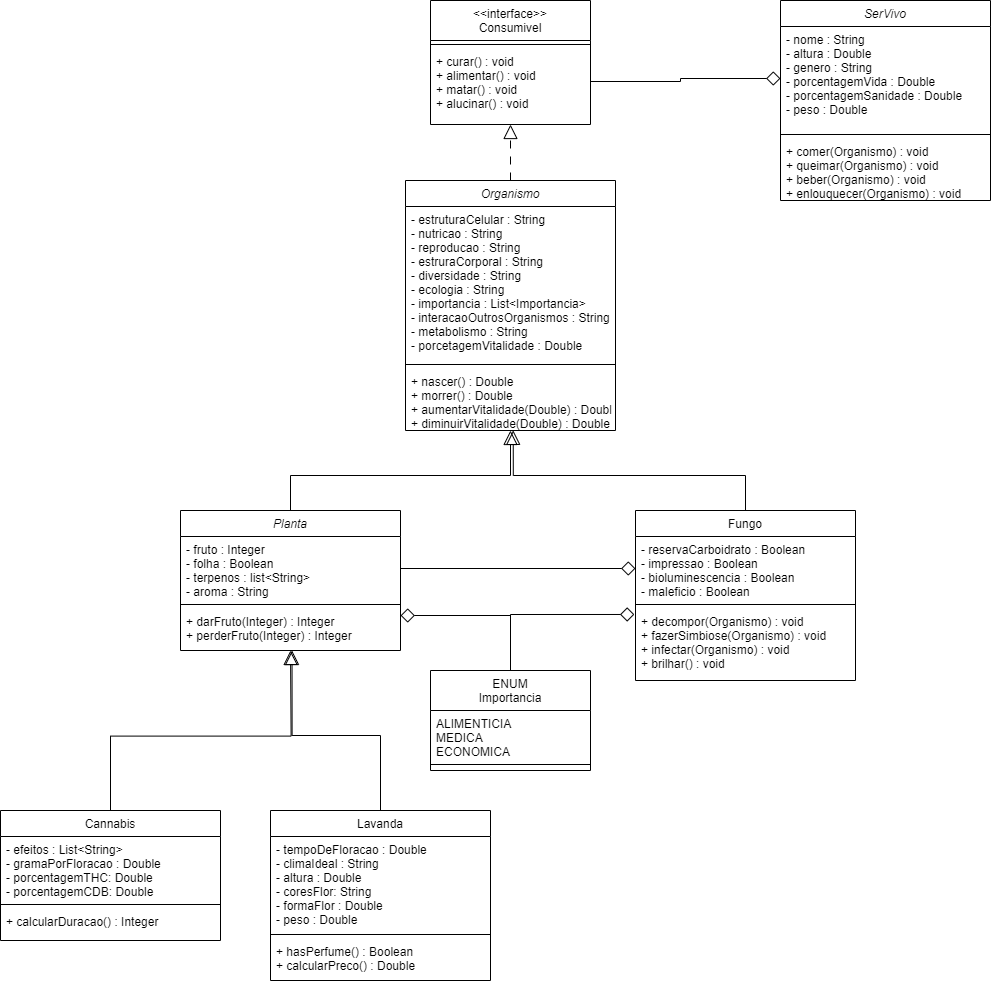
Sant-Thiago/Diagramas-de-Classes---LP keeps this draw.io diagram as Plantas.drawio.png. Above is the earlier version. Source tidied: cells renumbered, new cells last; positions are measured from the earlier drawing's top-left corner, leaving out a move shared by most shapes.
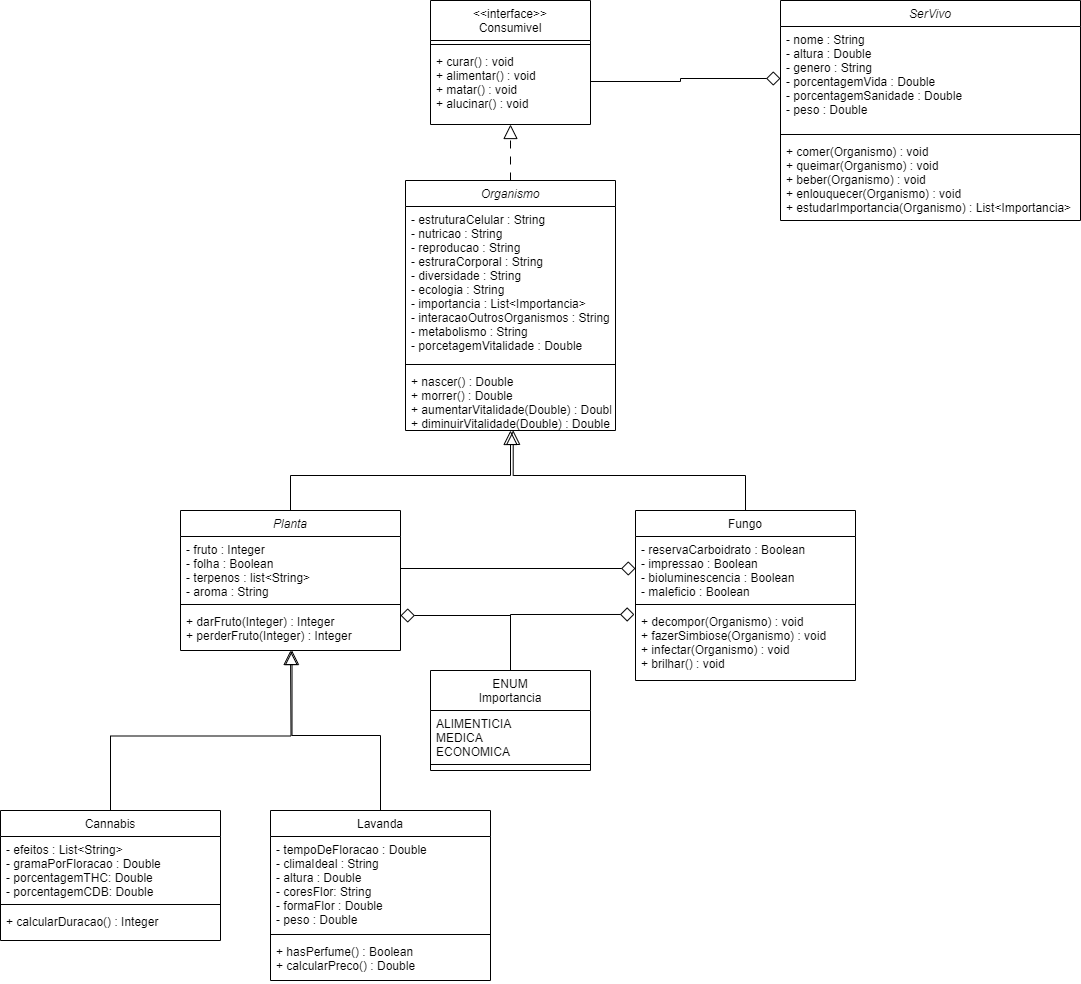
The same diagram one commit later.

Diff of the diagram source:
```diff
@@ -107,16 +107,16 @@
       <mxGeometry relative="1" as="geometry" />
     </mxCell>
     <mxCell id="36" value="SerVivo" style="swimlane;fontStyle=2;align=center;verticalAlign=top;horizontal=1;startSize=26;rounded=0;shadow=0;strokeWidth=1;" parent="1" vertex="1">
-      <mxGeometry x="780" width="210" height="200" as="geometry" />
+      <mxGeometry x="780" width="300" height="220" as="geometry" />
     </mxCell>
     <mxCell id="37" value="- nome : String&#10;- altura : Double&#10;- genero : String&#10;- porcentagemVida : Double&#10;- porcentagemSanidade : Double&#10;- peso : Double" style="text;align=left;verticalAlign=top;spacingLeft=4;spacingRight=4;overflow=hidden;points=[[0,0.5],[1,0.5]];portConstraint=eastwest;" parent="36" vertex="1">
-      <mxGeometry y="26" width="210" height="104" as="geometry" />
+      <mxGeometry y="26" width="300" height="104" as="geometry" />
     </mxCell>
     <mxCell id="38" style="line;html=1;strokeWidth=1;align=left;verticalAlign=middle;spacingTop=-1;spacingLeft=3;spacingRight=3;labelPosition=right;" parent="36" vertex="1">
-      <mxGeometry y="130" width="210" height="8" as="geometry" />
+      <mxGeometry y="130" width="300" height="8" as="geometry" />
     </mxCell>
-    <mxCell id="39" value="+ comer(Organismo) : void&#10;+ queimar(Organismo) : void&#10;+ beber(Organismo) : void&#10;+ enlouquecer(Organismo) : void" style="text;align=left;verticalAlign=top;spacingLeft=4;spacingRight=4;overflow=hidden;" parent="36" vertex="1">
-      <mxGeometry y="138" width="210" height="62" as="geometry" />
+    <mxCell id="39" value="+ comer(Organismo) : void&#10;+ queimar(Organismo) : void&#10;+ beber(Organismo) : void&#10;+ enlouquecer(Organismo) : void&#10;+ estudarImportancia(Organismo) : List&lt;Importancia&gt; " style="text;align=left;verticalAlign=top;spacingLeft=4;spacingRight=4;overflow=hidden;" parent="36" vertex="1">
+      <mxGeometry y="138" width="300" height="82" as="geometry" />
     </mxCell>
     <mxCell id="40" style="edgeStyle=orthogonalEdgeStyle;rounded=0;jettySize=auto;html=1;entryX=0;entryY=0.5;entryDx=0;entryDy=0;endArrow=diamond;endFill=0;endSize=12;" parent="1" edge="1" source="9" target="37">
       <mxGeometry relative="1" as="geometry" />
```
